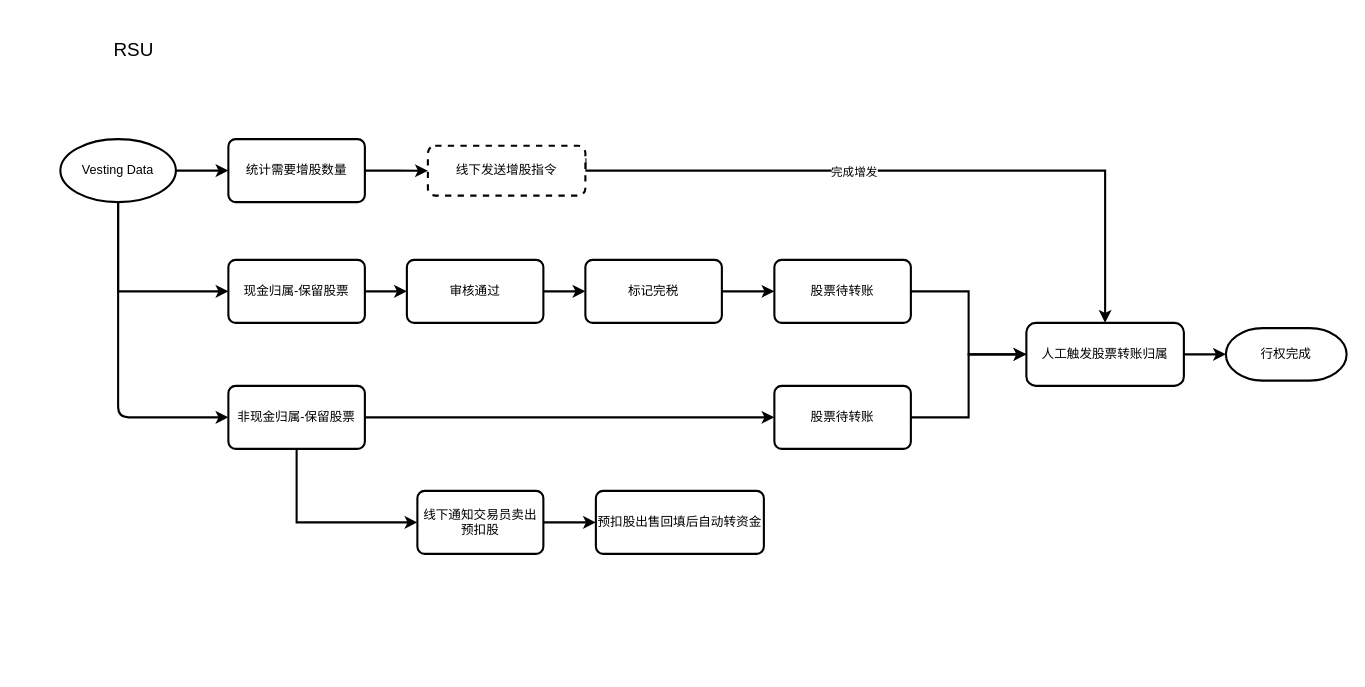
Earlier version of the draw.io diagram 实时增发-RSU.drawio (fengyong7723131/xiaoye). Source tidied: cells renumbered, new cells numbered last; positions are measured from the earlier drawing's top-left corner, leaving out a move shared by most shapes. Both pictures are drawn from the tidied source at 105%, with x=0, y=0 at pixel (18, 18).
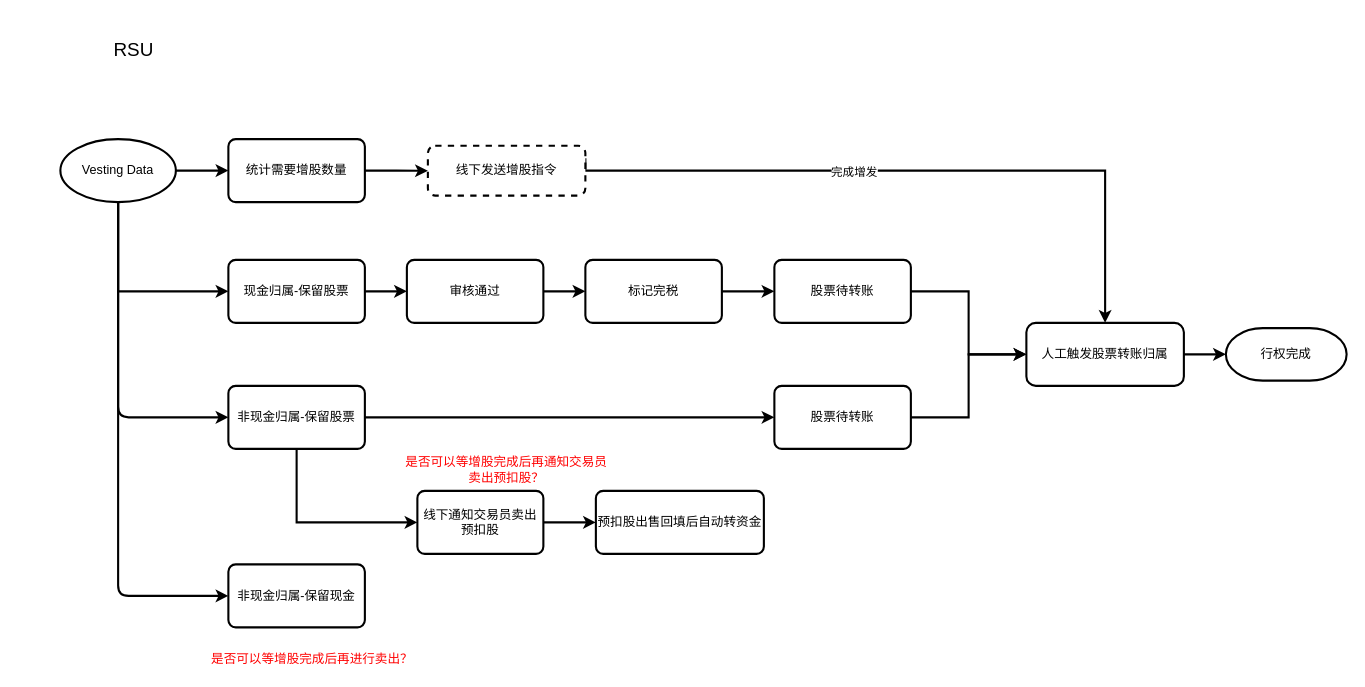
The same diagram, later.

Commit message:
更新实时增发-RSU.drawio

The change refers to these unchanged cells:
```xml
<mxCell id="4" value="Vesting Data" style="strokeWidth=2;html=1;shape=mxgraph.flowchart.start_1;whiteSpace=wrap;" parent="1" vertex="1">
  <mxGeometry x="40" y="115" width="110" height="60" as="geometry" />
</mxCell>
```

What changed in the source:
```diff
@@
+    <mxCell id="31" value="非现金归属-保留现金" style="rounded=1;whiteSpace=wrap;html=1;absoluteArcSize=1;arcSize=14;strokeWidth=2;" parent="1" vertex="1">
+      <mxGeometry x="200" y="520" width="130" height="60" as="geometry" />
+    </mxCell>
+    <mxCell id="32" style="endArrow=classic;html=1;strokeWidth=2;entryX=0;entryY=0.5;entryDx=0;entryDy=0;exitX=0.5;exitY=1;exitDx=0;exitDy=0;exitPerimeter=0;" parent="1" edge="1" source="4" target="31">
+      <mxGeometry relative="1" as="geometry">
+        <Array as="points">
+          <mxPoint x="95" y="550" />
+        </Array>
+      </mxGeometry>
+    </mxCell>
+    <mxCell id="33" value="是否可以等增股完成后再通知交易员卖出预扣股？" style="text;html=1;strokeColor=none;fillColor=none;align=center;verticalAlign=middle;whiteSpace=wrap;rounded=0;fontColor=#FF0000;" parent="1" vertex="1">
+      <mxGeometry x="365" y="420" width="200" height="20" as="geometry" />
+    </mxCell>
+    <mxCell id="34" value="是否可以等增股完成后再进行卖出？" style="text;html=1;strokeColor=none;fillColor=none;align=center;verticalAlign=middle;whiteSpace=wrap;rounded=0;fontColor=#FF0000;" parent="1" vertex="1">
+      <mxGeometry x="180" y="600" width="200" height="20" as="geometry" />
+    </mxCell>
```
